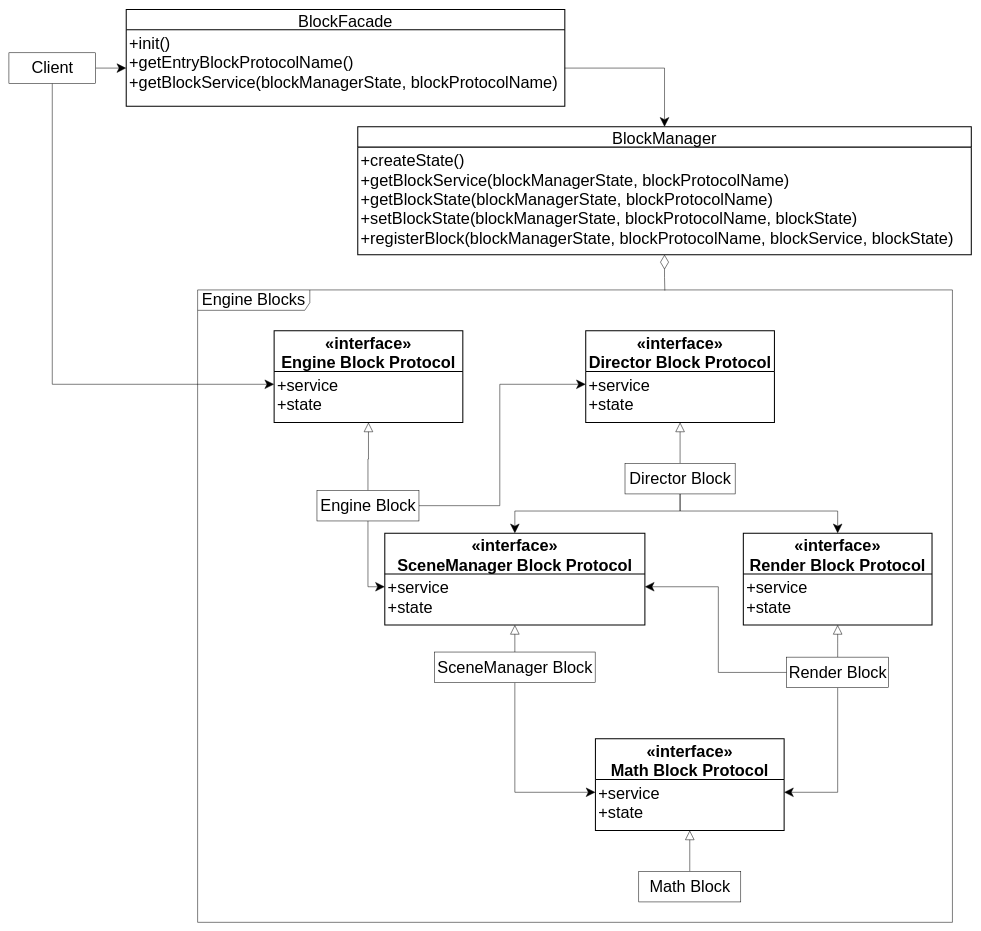
The draw.io diagram packages/积木模式/story_improve/UML.drawio in yyc-git/3DProgramPattern, before the edit. Source tidied: cells renumbered, new cells numbered last; positions are measured from the earlier drawing's top-left corner, leaving out a move shared by most shapes. Both pictures are drawn from the tidied source at 51%, with x=0, y=0 at pixel (9, 9).
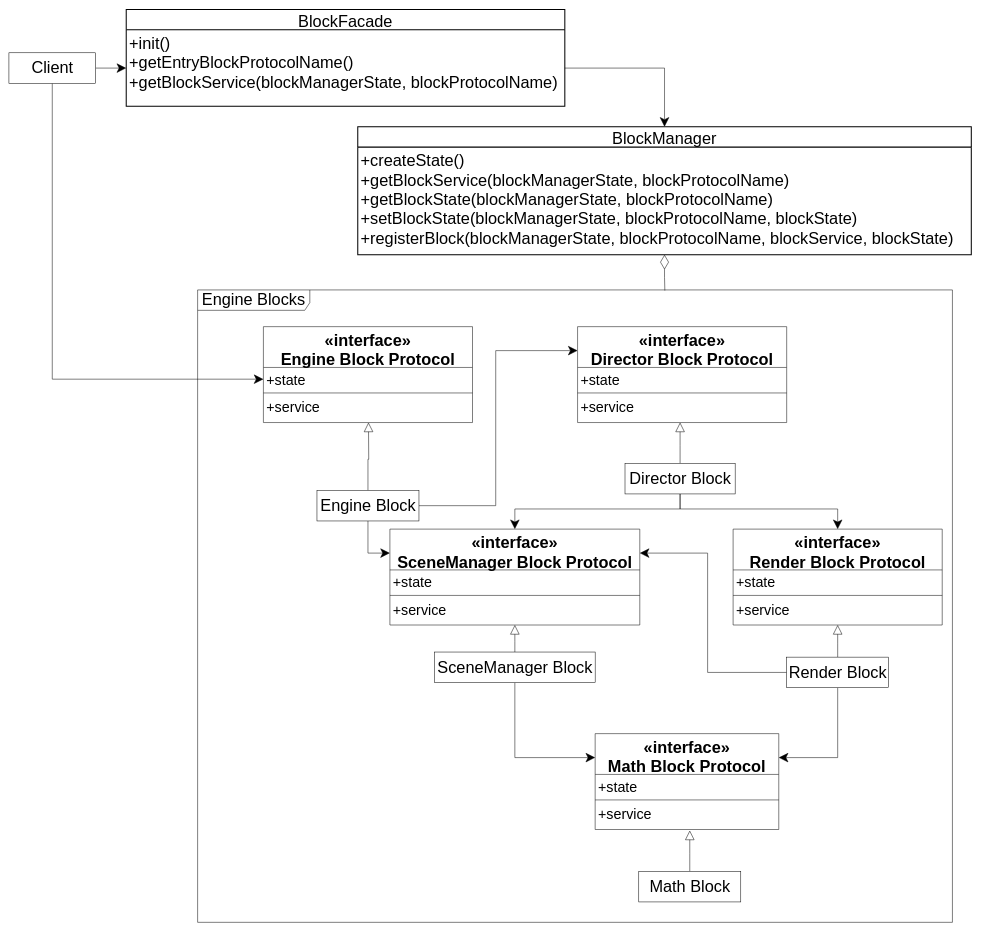
The same page after the edit.

Unchanged cells that the change refers to:
```xml
<mxCell id="5" value="Client" style="html=1;fontSize=32;" parent="1" vertex="1">
  <mxGeometry y="85" width="170" height="60" as="geometry" />
</mxCell>
<mxCell id="9" value="Engine Block" style="html=1;fontSize=32;" parent="1" vertex="1">
  <mxGeometry x="604" y="943" width="200" height="60" as="geometry" />
</mxCell>
<mxCell id="17" value="Director Block" style="html=1;fontSize=32;" parent="1" vertex="1">
  <mxGeometry x="1208" y="890" width="216" height="60" as="geometry" />
</mxCell>
<mxCell id="22" value="SceneManager Block" style="html=1;fontSize=32;" parent="1" vertex="1">
  <mxGeometry x="834.5" y="1260" width="315" height="60" as="geometry" />
</mxCell>
<mxCell id="28" value="Render Block" style="html=1;fontSize=32;" parent="1" vertex="1">
  <mxGeometry x="1525" y="1270" width="200" height="60" as="geometry" />
</mxCell>
<mxCell id="32" value="Math Block" style="html=1;fontSize=32;" parent="1" vertex="1">
  <mxGeometry x="1235" y="1690" width="200" height="60" as="geometry" />
</mxCell>
```

What changed in the source:
```diff
@@
-    <mxCell id="4" style="edgeStyle=orthogonalEdgeStyle;rounded=0;jettySize=auto;html=1;entryX=0;entryY=0.25;entryDx=0;entryDy=0;endArrow=classic;endFill=1;startSize=16;endSize=16;exitX=0.5;exitY=1;exitDx=0;exitDy=0;" parent="1" edge="1" source="5" target="13">
+    <mxCell id="4" style="edgeStyle=orthogonalEdgeStyle;rounded=0;jettySize=auto;html=1;entryX=0;entryY=0.5;entryDx=0;entryDy=0;endArrow=classic;endFill=1;startSize=16;endSize=16;exitX=0.5;exitY=1;exitDx=0;exitDy=0;" parent="1" edge="1" source="5" target="39">
       <mxGeometry relative="1" as="geometry" />
     </mxCell>
@@
-    <mxCell id="6" style="edgeStyle=orthogonalEdgeStyle;rounded=0;jettySize=auto;html=1;entryX=0.5;entryY=1;entryDx=0;entryDy=0;endArrow=block;endFill=0;endSize=16;startSize=16;" parent="1" edge="1" source="9" target="13">
-      <mxGeometry relative="1" as="geometry" />
+    <mxCell id="6" style="edgeStyle=orthogonalEdgeStyle;rounded=0;jettySize=auto;html=1;entryX=0.5;entryY=1;entryDx=0;entryDy=0;endArrow=block;endFill=0;endSize=16;startSize=16;" parent="1" edge="1" source="9">
+      <mxGeometry relative="1" as="geometry">
+        <mxPoint x="705" y="810" as="targetPoint" />
+      </mxGeometry>
     </mxCell>
-    <mxCell id="7" style="edgeStyle=orthogonalEdgeStyle;rounded=0;jettySize=auto;html=1;entryX=0;entryY=0.25;entryDx=0;entryDy=0;fontSize=32;endArrow=classic;endFill=1;endSize=16;startSize=16;" parent="1" edge="1" source="9" target="19">
+    <mxCell id="7" style="edgeStyle=orthogonalEdgeStyle;rounded=0;jettySize=auto;html=1;entryX=0;entryY=0.25;entryDx=0;entryDy=0;fontSize=32;endArrow=classic;endFill=1;endSize=16;startSize=16;" parent="1" edge="1" source="9" target="18">
       <mxGeometry relative="1" as="geometry" />
     </mxCell>
-    <mxCell id="8" style="edgeStyle=orthogonalEdgeStyle;rounded=0;jettySize=auto;html=1;entryX=0;entryY=0.25;entryDx=0;entryDy=0;fontSize=32;endArrow=classic;endFill=1;endSize=16;startSize=16;" parent="1" edge="1" source="9" target="24">
+    <mxCell id="8" style="edgeStyle=orthogonalEdgeStyle;rounded=0;jettySize=auto;html=1;entryX=0;entryY=0.25;entryDx=0;entryDy=0;fontSize=32;endArrow=classic;endFill=1;endSize=16;startSize=16;" parent="1" edge="1" source="9" target="23">
       <mxGeometry relative="1" as="geometry" />
     </mxCell>
@@
-    <mxCell id="12" value="«interface»&#10;Engine Block Protocol" style="swimlane;horizontal=1;startSize=80;rounded=0;fontSize=32;fontStyle=1;strokeWidth=2;shadow=0;dashed=0;align=center;" parent="1" vertex="1">
-      <mxGeometry x="520" y="630" width="370" height="180" as="geometry" />
-    </mxCell>
-    <mxCell id="13" value="+service&#10;+state" style="align=left;strokeColor=none;fillColor=none;spacingLeft=4;fontSize=32;verticalAlign=top;" parent="12" vertex="1">
-      <mxGeometry y="80" width="370" height="100" as="geometry" />
-    </mxCell>
-    <mxCell id="14" style="edgeStyle=orthogonalEdgeStyle;rounded=0;jettySize=auto;html=1;entryX=0.5;entryY=1;entryDx=0;entryDy=0;fontSize=32;endArrow=block;endFill=0;endSize=16;startSize=16;" parent="1" edge="1" source="17" target="19">
-      <mxGeometry relative="1" as="geometry" />
+    <mxCell id="14" style="edgeStyle=orthogonalEdgeStyle;rounded=0;jettySize=auto;html=1;entryX=0.5;entryY=1;entryDx=0;entryDy=0;fontSize=32;endArrow=block;endFill=0;endSize=16;startSize=16;" parent="1" edge="1" source="17">
+      <mxGeometry relative="1" as="geometry">
+        <mxPoint x="1316" y="810" as="targetPoint" />
+      </mxGeometry>
     </mxCell>
-    <mxCell id="15" style="edgeStyle=orthogonalEdgeStyle;rounded=0;jettySize=auto;html=1;fontSize=32;endArrow=classic;endFill=1;endSize=16;startSize=16;" parent="1" edge="1" source="17" target="23">
+    <mxCell id="15" style="edgeStyle=orthogonalEdgeStyle;rounded=0;jettySize=auto;html=1;fontSize=32;endArrow=classic;endFill=1;endSize=16;startSize=16;entryX=0.5;entryY=0;entryDx=0;entryDy=0;" parent="1" edge="1" source="17" target="23">
       <mxGeometry relative="1" as="geometry" />
     </mxCell>
-    <mxCell id="16" style="edgeStyle=orthogonalEdgeStyle;rounded=0;jettySize=auto;html=1;fontSize=32;endArrow=classic;endFill=1;exitX=0.5;exitY=1;exitDx=0;exitDy=0;endSize=16;startSize=16;" parent="1" edge="1" source="17" target="29">
+    <mxCell id="16" style="edgeStyle=orthogonalEdgeStyle;rounded=0;jettySize=auto;html=1;fontSize=32;endArrow=classic;endFill=1;exitX=0.5;exitY=1;exitDx=0;exitDy=0;endSize=16;startSize=16;entryX=0.5;entryY=0;entryDx=0;entryDy=0;" parent="1" edge="1" source="17" target="29">
       <mxGeometry relative="1" as="geometry" />
     </mxCell>
@@
-    <mxCell id="18" value="«interface»&#10;Director Block Protocol" style="swimlane;horizontal=1;startSize=80;rounded=0;fontSize=32;fontStyle=1;strokeWidth=2;shadow=0;dashed=0;align=center;" parent="1" vertex="1">
-      <mxGeometry x="1131" y="630" width="370" height="180" as="geometry" />
-    </mxCell>
-    <mxCell id="19" value="+service&#10;+state" style="align=left;strokeColor=none;fillColor=none;spacingLeft=4;fontSize=32;verticalAlign=top;" parent="18" vertex="1">
-      <mxGeometry y="80" width="370" height="100" as="geometry" />
-    </mxCell>
-    <mxCell id="20" style="edgeStyle=orthogonalEdgeStyle;rounded=0;jettySize=auto;html=1;entryX=0.5;entryY=1;entryDx=0;entryDy=0;fontSize=32;endArrow=block;endFill=0;endSize=16;startSize=16;" parent="1" edge="1" source="22" target="24">
-      <mxGeometry relative="1" as="geometry" />
+    <mxCell id="20" style="edgeStyle=orthogonalEdgeStyle;rounded=0;jettySize=auto;html=1;entryX=0.5;entryY=1;entryDx=0;entryDy=0;fontSize=32;endArrow=block;endFill=0;endSize=16;startSize=16;" parent="1" edge="1" source="22">
+      <mxGeometry relative="1" as="geometry">
+        <mxPoint x="992" y="1207" as="targetPoint" />
+      </mxGeometry>
     </mxCell>
-    <mxCell id="21" style="edgeStyle=orthogonalEdgeStyle;rounded=0;jettySize=auto;html=1;entryX=0;entryY=0.25;entryDx=0;entryDy=0;fontSize=32;endArrow=classic;endFill=1;exitX=0.5;exitY=1;exitDx=0;exitDy=0;endSize=16;startSize=16;" parent="1" edge="1" source="22" target="34">
+    <mxCell id="21" style="edgeStyle=orthogonalEdgeStyle;rounded=0;jettySize=auto;html=1;entryX=0;entryY=0.25;entryDx=0;entryDy=0;fontSize=32;endArrow=classic;endFill=1;exitX=0.5;exitY=1;exitDx=0;exitDy=0;endSize=16;startSize=16;" parent="1" edge="1" source="22" target="33">
       <mxGeometry relative="1" as="geometry" />
     </mxCell>
@@
-    <mxCell id="23" value="«interface»&#10;SceneManager Block Protocol" style="swimlane;horizontal=1;startSize=80;rounded=0;fontSize=32;fontStyle=1;strokeWidth=2;shadow=0;dashed=0;align=center;" parent="1" vertex="1">
-      <mxGeometry x="737" y="1027" width="510" height="180" as="geometry" />
-    </mxCell>
-    <mxCell id="24" value="+service&#10;+state" style="align=left;strokeColor=none;fillColor=none;spacingLeft=4;fontSize=32;verticalAlign=top;" parent="23" vertex="1">
-      <mxGeometry y="80" width="510" height="100" as="geometry" />
-    </mxCell>
@@
-    <mxCell id="26" style="edgeStyle=orthogonalEdgeStyle;rounded=0;jettySize=auto;html=1;entryX=1;entryY=0.25;entryDx=0;entryDy=0;fontSize=32;endArrow=classic;endFill=1;endSize=16;startSize=16;" parent="1" edge="1" source="28" target="24">
-      <mxGeometry relative="1" as="geometry" />
+    <mxCell id="26" style="edgeStyle=orthogonalEdgeStyle;rounded=0;jettySize=auto;html=1;entryX=1;entryY=0.25;entryDx=0;entryDy=0;fontSize=32;endArrow=classic;endFill=1;endSize=16;startSize=16;" parent="1" edge="1" source="28" target="23">
+      <mxGeometry relative="1" as="geometry">
+        <Array as="points">
+          <mxPoint x="1370" y="1300" />
+          <mxPoint x="1370" y="1066" />
+        </Array>
+      </mxGeometry>
     </mxCell>
-    <mxCell id="27" style="edgeStyle=orthogonalEdgeStyle;rounded=0;jettySize=auto;html=1;entryX=1;entryY=0.25;entryDx=0;entryDy=0;fontSize=32;endArrow=classic;endFill=1;exitX=0.5;exitY=1;exitDx=0;exitDy=0;endSize=16;startSize=16;" parent="1" edge="1" source="28" target="34">
+    <mxCell id="27" style="edgeStyle=orthogonalEdgeStyle;rounded=0;jettySize=auto;html=1;entryX=1;entryY=0.25;entryDx=0;entryDy=0;fontSize=32;endArrow=classic;endFill=1;exitX=0.5;exitY=1;exitDx=0;exitDy=0;endSize=16;startSize=16;" parent="1" edge="1" source="28" target="33">
       <mxGeometry relative="1" as="geometry" />
     </mxCell>
@@
-    <mxCell id="29" value="«interface»&#10;Render Block Protocol" style="swimlane;horizontal=1;startSize=80;rounded=0;fontSize=32;fontStyle=1;strokeWidth=2;shadow=0;dashed=0;align=center;" parent="1" vertex="1">
-      <mxGeometry x="1440" y="1027" width="370" height="180" as="geometry" />
-    </mxCell>
-    <mxCell id="30" value="+service&#10;+state" style="align=left;strokeColor=none;fillColor=none;spacingLeft=4;fontSize=32;verticalAlign=top;" parent="29" vertex="1">
-      <mxGeometry y="80" width="370" height="100" as="geometry" />
-    </mxCell>
-    <mxCell id="31" style="edgeStyle=orthogonalEdgeStyle;rounded=0;jettySize=auto;html=1;fontSize=32;endArrow=block;endFill=0;endSize=16;startSize=16;" parent="1" edge="1" source="32" target="34">
-      <mxGeometry relative="1" as="geometry" />
+    <mxCell id="31" style="edgeStyle=orthogonalEdgeStyle;rounded=0;jettySize=auto;html=1;fontSize=32;endArrow=block;endFill=0;endSize=16;startSize=16;" parent="1" edge="1" source="32">
+      <mxGeometry relative="1" as="geometry">
+        <mxPoint x="1335" y="1610" as="targetPoint" />
+      </mxGeometry>
     </mxCell>
@@
-    <mxCell id="33" value="«interface»&#10;Math Block Protocol" style="swimlane;horizontal=1;startSize=80;rounded=0;fontSize=32;fontStyle=1;strokeWidth=2;shadow=0;dashed=0;align=center;" parent="1" vertex="1">
-      <mxGeometry x="1150" y="1430" width="370" height="180" as="geometry" />
-    </mxCell>
-    <mxCell id="34" value="+service&#10;+state" style="align=left;strokeColor=none;fillColor=none;spacingLeft=4;fontSize=32;verticalAlign=top;" parent="33" vertex="1">
-      <mxGeometry y="80" width="370" height="100" as="geometry" />
-    </mxCell>
@@
+    <mxCell id="12" value="«interface»&#10;Engine Block Protocol" style="swimlane;fontStyle=1;align=center;verticalAlign=top;horizontal=1;startSize=80;fontSize=32;" parent="1" vertex="1">
+      <mxGeometry x="499" y="622" width="410" height="188" as="geometry" />
+    </mxCell>
+    <mxCell id="39" value="+state" style="text;strokeColor=none;fillColor=none;align=left;verticalAlign=top;spacingLeft=4;spacingRight=4;overflow=hidden;points=[[0,0.5],[1,0.5]];portConstraint=eastwest;fontSize=28;" parent="12" vertex="1">
+      <mxGeometry y="80" width="410" height="46" as="geometry" />
+    </mxCell>
+    <mxCell id="40" style="line;strokeWidth=1;fillColor=none;align=left;verticalAlign=middle;spacingTop=-1;spacingLeft=3;spacingRight=3;labelPosition=right;" parent="12" vertex="1">
+      <mxGeometry y="126" width="410" height="8" as="geometry" />
+    </mxCell>
+    <mxCell id="41" value="+service" style="text;strokeColor=none;fillColor=none;align=left;verticalAlign=top;spacingLeft=4;spacingRight=4;overflow=hidden;fontSize=28;" parent="12" vertex="1">
+      <mxGeometry y="134" width="410" height="54" as="geometry" />
+    </mxCell>
+    <mxCell id="18" value="«interface»&#10;Director Block Protocol" style="swimlane;fontStyle=1;align=center;verticalAlign=top;horizontal=1;startSize=80;fontSize=32;" parent="1" vertex="1">
+      <mxGeometry x="1115" y="622" width="410" height="188" as="geometry" />
+    </mxCell>
+    <mxCell id="42" value="+state" style="text;strokeColor=none;fillColor=none;align=left;verticalAlign=top;spacingLeft=4;spacingRight=4;overflow=hidden;fontSize=28;" parent="18" vertex="1">
+      <mxGeometry y="80" width="410" height="46" as="geometry" />
+    </mxCell>
+    <mxCell id="43" style="line;strokeWidth=1;fillColor=none;align=left;verticalAlign=middle;spacingTop=-1;spacingLeft=3;spacingRight=3;labelPosition=right;" parent="18" vertex="1">
+      <mxGeometry y="126" width="410" height="8" as="geometry" />
+    </mxCell>
+    <mxCell id="44" value="+service" style="text;strokeColor=none;fillColor=none;align=left;verticalAlign=top;spacingLeft=4;spacingRight=4;overflow=hidden;fontSize=28;" parent="18" vertex="1">
+      <mxGeometry y="134" width="410" height="54" as="geometry" />
+    </mxCell>
+    <mxCell id="23" value="«interface»&#10;SceneManager Block Protocol" style="swimlane;fontStyle=1;align=center;verticalAlign=top;horizontal=1;startSize=80;fontSize=32;" parent="1" vertex="1">
+      <mxGeometry x="747" y="1019" width="490" height="188" as="geometry" />
+    </mxCell>
+    <mxCell id="45" value="+state" style="text;strokeColor=none;fillColor=none;align=left;verticalAlign=top;spacingLeft=4;spacingRight=4;overflow=hidden;fontSize=28;" parent="23" vertex="1">
+      <mxGeometry y="80" width="490" height="46" as="geometry" />
+    </mxCell>
+    <mxCell id="46" style="line;strokeWidth=1;fillColor=none;align=left;verticalAlign=middle;spacingTop=-1;spacingLeft=3;spacingRight=3;labelPosition=right;" parent="23" vertex="1">
+      <mxGeometry y="126" width="490" height="8" as="geometry" />
+    </mxCell>
+    <mxCell id="47" value="+service" style="text;strokeColor=none;fillColor=none;align=left;verticalAlign=top;spacingLeft=4;spacingRight=4;overflow=hidden;fontSize=28;" parent="23" vertex="1">
+      <mxGeometry y="134" width="490" height="54" as="geometry" />
+    </mxCell>
+    <mxCell id="29" value="«interface»&#10;Render Block Protocol" style="swimlane;fontStyle=1;align=center;verticalAlign=top;horizontal=1;startSize=80;fontSize=32;" parent="1" vertex="1">
+      <mxGeometry x="1420" y="1019" width="410" height="188" as="geometry" />
+    </mxCell>
+    <mxCell id="48" value="+state" style="text;strokeColor=none;fillColor=none;align=left;verticalAlign=top;spacingLeft=4;spacingRight=4;overflow=hidden;fontSize=28;" parent="29" vertex="1">
+      <mxGeometry y="80" width="410" height="46" as="geometry" />
+    </mxCell>
+    <mxCell id="49" style="line;strokeWidth=1;fillColor=none;align=left;verticalAlign=middle;spacingTop=-1;spacingLeft=3;spacingRight=3;labelPosition=right;" parent="29" vertex="1">
+      <mxGeometry y="126" width="410" height="8" as="geometry" />
+    </mxCell>
+    <mxCell id="50" value="+service" style="text;strokeColor=none;fillColor=none;align=left;verticalAlign=top;spacingLeft=4;spacingRight=4;overflow=hidden;fontSize=28;" parent="29" vertex="1">
+      <mxGeometry y="134" width="410" height="54" as="geometry" />
+    </mxCell>
+    <mxCell id="33" value="«interface»&#10;Math Block Protocol" style="swimlane;fontStyle=1;align=center;verticalAlign=top;horizontal=1;startSize=80;fontSize=32;" parent="1" vertex="1">
+      <mxGeometry x="1149.5" y="1420" width="360" height="188" as="geometry" />
+    </mxCell>
+    <mxCell id="51" value="+state" style="text;strokeColor=none;fillColor=none;align=left;verticalAlign=top;spacingLeft=4;spacingRight=4;overflow=hidden;fontSize=28;" parent="33" vertex="1">
+      <mxGeometry y="80" width="360" height="46" as="geometry" />
+    </mxCell>
+    <mxCell id="52" style="line;strokeWidth=1;fillColor=none;align=left;verticalAlign=middle;spacingTop=-1;spacingLeft=3;spacingRight=3;labelPosition=right;" parent="33" vertex="1">
+      <mxGeometry y="126" width="360" height="8" as="geometry" />
+    </mxCell>
+    <mxCell id="53" value="+service" style="text;strokeColor=none;fillColor=none;align=left;verticalAlign=top;spacingLeft=4;spacingRight=4;overflow=hidden;fontSize=28;" parent="33" vertex="1">
+      <mxGeometry y="134" width="360" height="54" as="geometry" />
+    </mxCell>
```
